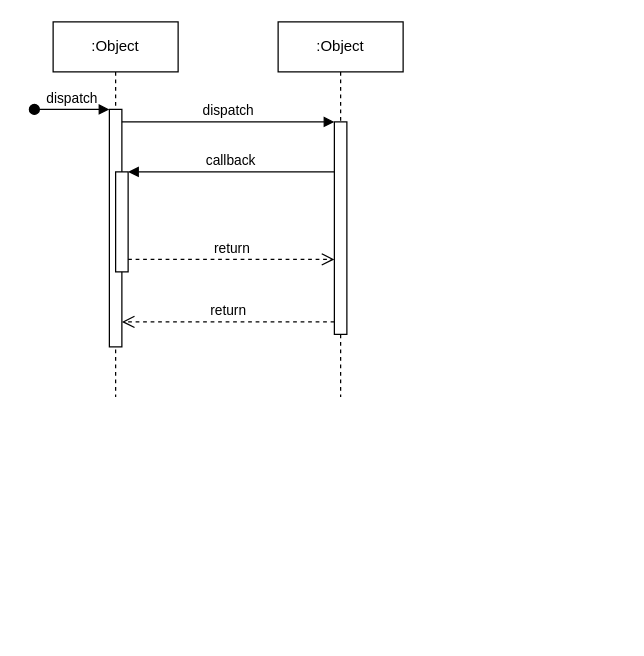
Earlier version of the draw.io diagram src/未命名绘图.drawio (kevenxz/campus). Source tidied: cells renumbered, new cells numbered last; positions are measured from the earlier drawing's top-left corner, leaving out a move shared by most shapes. Both pictures are drawn from the tidied source at 125%, with x=0, y=0 at pixel (34, 21).
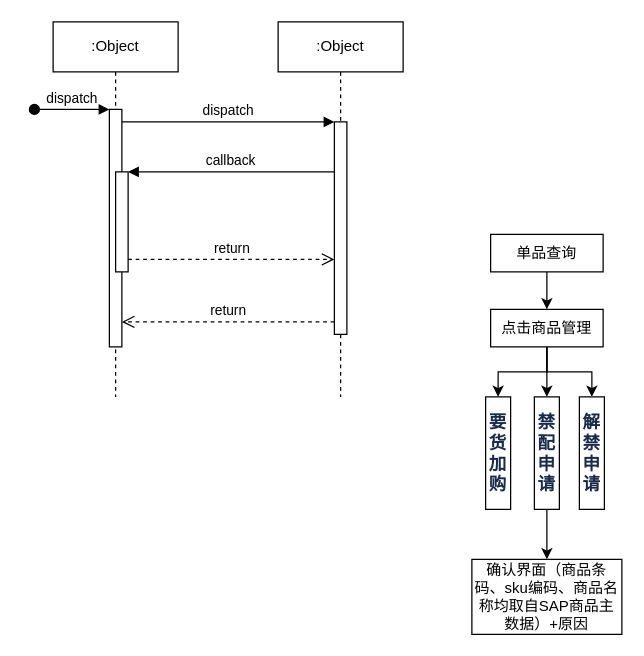
The same diagram, later.

Diff of the diagram source:
```diff
@@
+    <mxCell id="12" style="edgeStyle=orthogonalEdgeStyle;rounded=0;jettySize=auto;html=1;" parent="1" edge="1" source="15" target="16">
+      <mxGeometry relative="1" as="geometry" />
+    </mxCell>
+    <mxCell id="13" style="edgeStyle=orthogonalEdgeStyle;rounded=0;jettySize=auto;html=1;entryX=0.5;entryY=0;entryDx=0;entryDy=0;" parent="1" edge="1" source="15" target="21">
+      <mxGeometry relative="1" as="geometry" />
+    </mxCell>
+    <mxCell id="14" style="edgeStyle=orthogonalEdgeStyle;rounded=0;jettySize=auto;html=1;entryX=0.5;entryY=0;entryDx=0;entryDy=0;" parent="1" edge="1" source="15" target="20">
+      <mxGeometry relative="1" as="geometry" />
+    </mxCell>
+    <mxCell id="15" value="点击商品管理" style="rounded=0;whiteSpace=wrap;html=1;" parent="1" vertex="1">
+      <mxGeometry x="365" y="230" width="90" height="30" as="geometry" />
+    </mxCell>
+    <mxCell id="16" value="&lt;strong style=&quot;color: rgb(23, 43, 77); font-family: -apple-system, BlinkMacSystemFont, &amp;quot;Segoe UI&amp;quot;, Roboto, Oxygen, Ubuntu, &amp;quot;Fira Sans&amp;quot;, &amp;quot;Droid Sans&amp;quot;, &amp;quot;Helvetica Neue&amp;quot;, sans-serif; font-size: 14px; text-align: left; background-color: rgb(255, 255, 255);&quot;&gt;要货加购&lt;/strong&gt;" style="rounded=0;whiteSpace=wrap;html=1;" parent="1" vertex="1">
+      <mxGeometry x="361" y="300" width="20" height="90" as="geometry" />
+    </mxCell>
+    <mxCell id="17" style="edgeStyle=orthogonalEdgeStyle;rounded=0;jettySize=auto;html=1;entryX=0.5;entryY=0;entryDx=0;entryDy=0;" parent="1" edge="1" source="18" target="15">
+      <mxGeometry relative="1" as="geometry" />
+    </mxCell>
+    <mxCell id="18" value="单品查询" style="rounded=0;whiteSpace=wrap;html=1;" parent="1" vertex="1">
+      <mxGeometry x="365" y="170" width="90" height="30" as="geometry" />
+    </mxCell>
+    <mxCell id="19" style="edgeStyle=orthogonalEdgeStyle;rounded=0;jettySize=auto;html=1;" parent="1" edge="1" source="20" target="22">
+      <mxGeometry relative="1" as="geometry" />
+    </mxCell>
+    <mxCell id="20" value="&lt;strong style=&quot;color: rgb(23, 43, 77); font-family: -apple-system, BlinkMacSystemFont, &amp;quot;Segoe UI&amp;quot;, Roboto, Oxygen, Ubuntu, &amp;quot;Fira Sans&amp;quot;, &amp;quot;Droid Sans&amp;quot;, &amp;quot;Helvetica Neue&amp;quot;, sans-serif; font-size: 14px; text-align: left; background-color: rgb(255, 255, 255);&quot;&gt;禁配申请&lt;/strong&gt;" style="rounded=0;whiteSpace=wrap;html=1;" parent="1" vertex="1">
+      <mxGeometry x="400" y="300" width="20" height="90" as="geometry" />
+    </mxCell>
+    <mxCell id="21" value="&lt;strong style=&quot;color: rgb(23, 43, 77); font-family: -apple-system, BlinkMacSystemFont, &amp;quot;Segoe UI&amp;quot;, Roboto, Oxygen, Ubuntu, &amp;quot;Fira Sans&amp;quot;, &amp;quot;Droid Sans&amp;quot;, &amp;quot;Helvetica Neue&amp;quot;, sans-serif; font-size: 14px; text-align: left; background-color: rgb(255, 255, 255);&quot;&gt;解禁申请&lt;/strong&gt;" style="rounded=0;whiteSpace=wrap;html=1;" parent="1" vertex="1">
+      <mxGeometry x="436" y="300" width="20" height="90" as="geometry" />
+    </mxCell>
+    <mxCell id="22" value="确认界面（商品条码、sku编码、商品名称均取自SAP商品主数据）+原因" style="whiteSpace=wrap;html=1;rounded=0;" parent="1" vertex="1">
+      <mxGeometry x="350" y="430" width="120" height="60" as="geometry" />
+    </mxCell>
```
